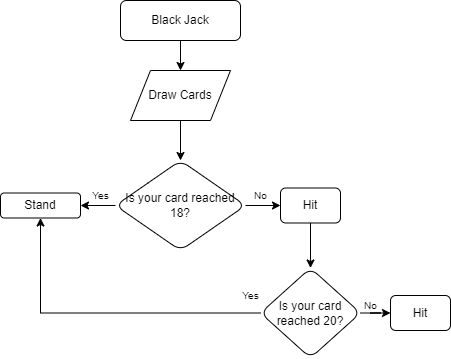
mallaribs01/CCINCOML_EXERCISES_COM23P keeps this draw.io diagram as blackjack.drawio.png. Above is the earlier version. Source tidied: cells renumbered, new cells last; positions are measured from the earlier drawing's top-left corner, leaving out a move shared by most shapes.
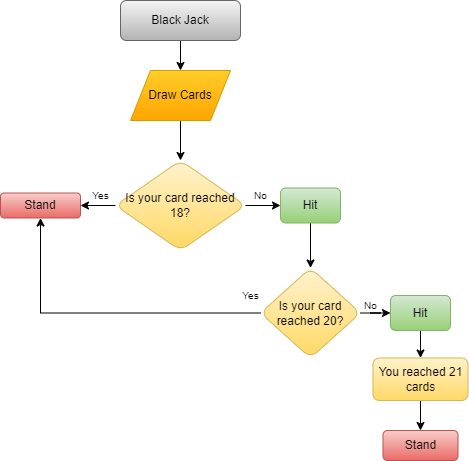
The same diagram one commit later.

Diff of the diagram source:
```diff
@@ -5,7 +5,7 @@
     <mxCell id="2" style="edgeStyle=orthogonalEdgeStyle;rounded=0;jettySize=auto;html=1;" parent="1" edge="1" source="3" target="19">
       <mxGeometry relative="1" as="geometry" />
     </mxCell>
-    <mxCell id="3" value="Black Jack" style="rounded=1;whiteSpace=wrap;html=1;fontSize=12;glass=0;strokeWidth=1;shadow=0;" parent="1" vertex="1">
+    <mxCell id="3" value="Black Jack" style="rounded=1;whiteSpace=wrap;html=1;fontSize=12;glass=0;strokeWidth=1;shadow=0;fillColor=#f5f5f5;strokeColor=#666666;gradientColor=#b3b3b3;" parent="1" vertex="1">
       <mxGeometry x="120" width="120" height="40" as="geometry" />
     </mxCell>
     <mxCell id="4" style="edgeStyle=orthogonalEdgeStyle;rounded=0;jettySize=auto;html=1;" parent="1" edge="1" source="6" target="8">
@@ -14,16 +14,16 @@
     <mxCell id="5" style="edgeStyle=orthogonalEdgeStyle;rounded=0;jettySize=auto;html=1;" parent="1" edge="1" source="6" target="9">
       <mxGeometry relative="1" as="geometry" />
     </mxCell>
-    <mxCell id="6" value="Is your card reached 18?" style="rhombus;rounded=1;glass=0;strokeWidth=1;shadow=0;html=1;whiteSpace=wrap;verticalAlign=middle;" parent="1" vertex="1">
+    <mxCell id="6" value="Is your card reached 18?" style="rhombus;rounded=1;glass=0;strokeWidth=1;shadow=0;html=1;whiteSpace=wrap;verticalAlign=middle;fillColor=#fff2cc;strokeColor=#d6b656;gradientColor=#ffd966;" parent="1" vertex="1">
       <mxGeometry x="115" y="160" width="130" height="90" as="geometry" />
     </mxCell>
     <mxCell id="7" style="edgeStyle=orthogonalEdgeStyle;rounded=0;jettySize=auto;html=1;" parent="1" edge="1" source="8" target="12">
       <mxGeometry relative="1" as="geometry" />
     </mxCell>
-    <mxCell id="8" value="Hit" style="whiteSpace=wrap;html=1;rounded=1;glass=0;strokeWidth=1;shadow=0;" parent="1" vertex="1">
+    <mxCell id="8" value="Hit" style="whiteSpace=wrap;html=1;rounded=1;glass=0;strokeWidth=1;shadow=0;fillColor=#d5e8d4;gradientColor=#97d077;strokeColor=#82b366;" parent="1" vertex="1">
       <mxGeometry x="280" y="187.5" width="60" height="35" as="geometry" />
     </mxCell>
-    <mxCell id="9" value="Stand" style="whiteSpace=wrap;html=1;rounded=1;glass=0;strokeWidth=1;shadow=0;" parent="1" vertex="1">
+    <mxCell id="9" value="Stand" style="whiteSpace=wrap;html=1;rounded=1;glass=0;strokeWidth=1;shadow=0;fillColor=#f8cecc;gradientColor=#ea6b66;strokeColor=#b85450;" parent="1" vertex="1">
       <mxGeometry y="192.5" width="80" height="25" as="geometry" />
     </mxCell>
     <mxCell id="10" style="edgeStyle=orthogonalEdgeStyle;rounded=0;jettySize=auto;html=1;" parent="1" edge="1" source="12" target="13">
@@ -32,10 +32,13 @@
     <mxCell id="11" style="edgeStyle=orthogonalEdgeStyle;rounded=0;jettySize=auto;html=1;exitX=0;exitY=0.5;exitDx=0;exitDy=0;entryX=0.5;entryY=1;entryDx=0;entryDy=0;" parent="1" edge="1" source="12" target="9">
       <mxGeometry relative="1" as="geometry" />
     </mxCell>
-    <mxCell id="12" value="Is your card reached 20?" style="rhombus;whiteSpace=wrap;html=1;rounded=1;glass=0;strokeWidth=1;shadow=0;" parent="1" vertex="1">
+    <mxCell id="12" value="Is your card reached 20?" style="rhombus;whiteSpace=wrap;html=1;rounded=1;glass=0;strokeWidth=1;shadow=0;fillColor=#fff2cc;gradientColor=#ffd966;strokeColor=#d6b656;" parent="1" vertex="1">
       <mxGeometry x="260" y="267.5" width="100" height="90" as="geometry" />
     </mxCell>
+    <mxCell id="20" style="edgeStyle=orthogonalEdgeStyle;rounded=0;jettySize=auto;html=1;" parent="1" edge="1" source="13" target="22">
+      <mxGeometry relative="1" as="geometry" />
+    </mxCell>
-    <mxCell id="13" value="Hit" style="whiteSpace=wrap;html=1;rounded=1;glass=0;strokeWidth=1;shadow=0;" parent="1" vertex="1">
+    <mxCell id="13" value="Hit" style="whiteSpace=wrap;html=1;rounded=1;glass=0;strokeWidth=1;shadow=0;fillColor=#d5e8d4;gradientColor=#97d077;strokeColor=#82b366;" parent="1" vertex="1">
       <mxGeometry x="390" y="295" width="60" height="35" as="geometry" />
     </mxCell>
     <mxCell id="14" value="Yes" style="text;html=1;align=center;verticalAlign=middle;strokeColor=none;fillColor=none;fontSize=10;" parent="1" vertex="1">
@@ -53,8 +56,17 @@
     <mxCell id="18" style="edgeStyle=orthogonalEdgeStyle;rounded=0;jettySize=auto;html=1;" parent="1" edge="1" source="19" target="6">
       <mxGeometry relative="1" as="geometry" />
     </mxCell>
-    <mxCell id="19" value="Draw Cards" style="shape=parallelogram;perimeter=parallelogramPerimeter;whiteSpace=wrap;html=1;fixedSize=1;" parent="1" vertex="1">
+    <mxCell id="19" value="Draw Cards" style="shape=parallelogram;perimeter=parallelogramPerimeter;whiteSpace=wrap;html=1;fixedSize=1;fillColor=#ffcd28;strokeColor=#d79b00;gradientColor=#ffa500;" parent="1" vertex="1">
       <mxGeometry x="130" y="70" width="100" height="50" as="geometry" />
     </mxCell>
+    <mxCell id="21" style="edgeStyle=orthogonalEdgeStyle;rounded=0;jettySize=auto;html=1;" parent="1" edge="1" source="22" target="23">
+      <mxGeometry relative="1" as="geometry" />
+    </mxCell>
+    <mxCell id="22" value="You reached 21 cards" style="whiteSpace=wrap;html=1;fillColor=#fff2cc;strokeColor=#d6b656;rounded=1;glass=0;strokeWidth=1;shadow=0;gradientColor=#ffd966;" parent="1" vertex="1">
+      <mxGeometry x="372.5" y="357.5" width="95" height="42.5" as="geometry" />
+    </mxCell>
+    <mxCell id="23" value="Stand" style="whiteSpace=wrap;html=1;fillColor=#f8cecc;strokeColor=#b85450;rounded=1;glass=0;strokeWidth=1;shadow=0;gradientColor=#ea6b66;" parent="1" vertex="1">
+      <mxGeometry x="382.5" y="430" width="75" height="30" as="geometry" />
+    </mxCell>
   </root>
 </mxGraphModel>
```
